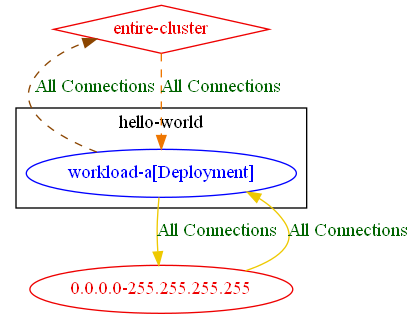
This is test_outputs/connlist/exposure_allow_all_test_exposure_output.dot.png from np-guard/netpol-analyzer, a Graphviz export, as it was before one commit. Its source is kept beside it as test_outputs/connlist/exposure_allow_all_test_exposure_output.dot. Source of this version:
```dot
digraph {
	subgraph "cluster_hello_world" {
		color="black"
		fontcolor="black"
		"hello-world/workload-a[Deployment]" [label="workload-a[Deployment]" color="blue" fontcolor="blue"]
		label="hello-world"
	}
	"0.0.0.0-255.255.255.255" [label="0.0.0.0-255.255.255.255" color="red2" fontcolor="red2"]
	"entire-cluster" [label="entire-cluster" color="red2" fontcolor="red2" shape=diamond]
	"0.0.0.0-255.255.255.255" -> "hello-world/workload-a[Deployment]" [label="All Connections" color="gold2" fontcolor="darkgreen" weight=0.5]
	"entire-cluster" -> "hello-world/workload-a[Deployment]" [label="All Connections" color="darkorange2" fontcolor="darkgreen" weight=1 style=dashed]
	"hello-world/workload-a[Deployment]" -> "0.0.0.0-255.255.255.255" [label="All Connections" color="gold2" fontcolor="darkgreen" weight=1]
	"hello-world/workload-a[Deployment]" -> "entire-cluster" [label="All Connections" color="darkorange4" fontcolor="darkgreen" weight=0.5 style=dashed]
}
```
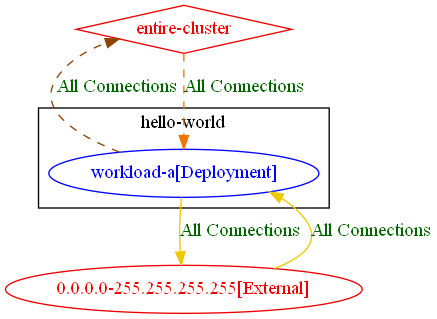
After the commit.

Change to the diagram source:
```diff
@@ -5,10 +5,10 @@
 		"hello-world/workload-a[Deployment]" [label="workload-a[Deployment]" color="blue" fontcolor="blue"]
 		label="hello-world"
 	}
-	"0.0.0.0-255.255.255.255" [label="0.0.0.0-255.255.255.255" color="red2" fontcolor="red2"]
+	"0.0.0.0-255.255.255.255[External]" [label="0.0.0.0-255.255.255.255[External]" color="red2" fontcolor="red2"]
 	"entire-cluster" [label="entire-cluster" color="red2" fontcolor="red2" shape=diamond]
-	"0.0.0.0-255.255.255.255" -> "hello-world/workload-a[Deployment]" [label="All Connections" color="gold2" fontcolor="darkgreen" weight=0.5]
+	"0.0.0.0-255.255.255.255[External]" -> "hello-world/workload-a[Deployment]" [label="All Connections" color="gold2" fontcolor="darkgreen" weight=0.5]
 	"entire-cluster" -> "hello-world/workload-a[Deployment]" [label="All Connections" color="darkorange2" fontcolor="darkgreen" weight=1 style=dashed]
-	"hello-world/workload-a[Deployment]" -> "0.0.0.0-255.255.255.255" [label="All Connections" color="gold2" fontcolor="darkgreen" weight=1]
+	"hello-world/workload-a[Deployment]" -> "0.0.0.0-255.255.255.255[External]" [label="All Connections" color="gold2" fontcolor="darkgreen" weight=1]
 	"hello-world/workload-a[Deployment]" -> "entire-cluster" [label="All Connections" color="darkorange4" fontcolor="darkgreen" weight=0.5 style=dashed]
 }
```
